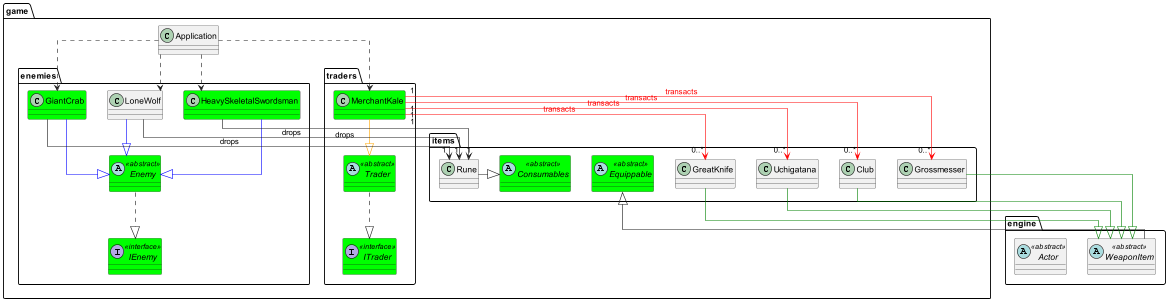
The PlantUML diagram docs/REQ2 UML Diagram.png in jenul-ferdinand/elden-ring-ascii, before a commit.
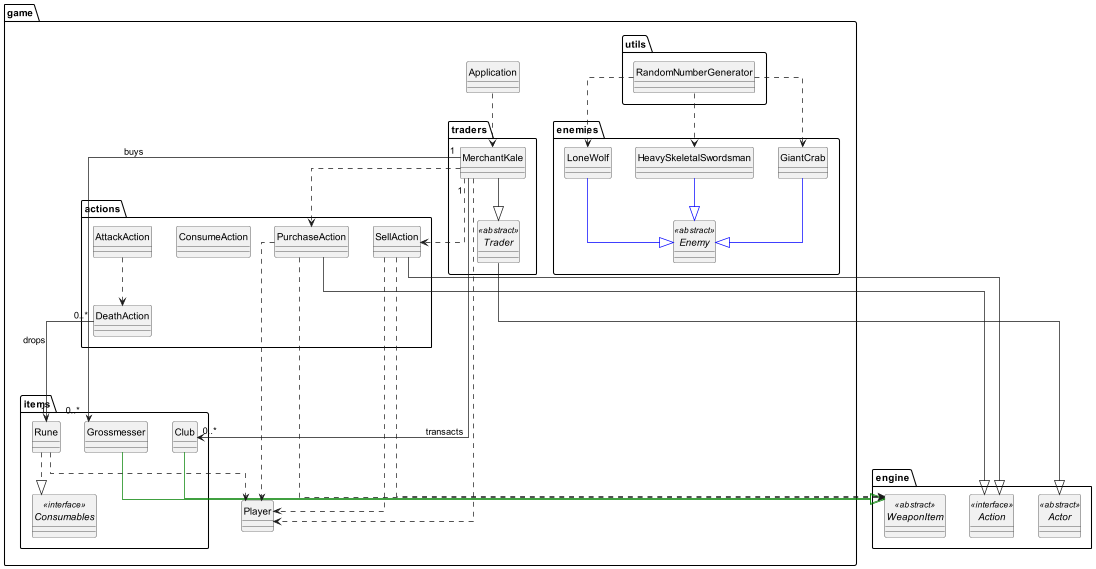
The same diagram one commit later.

Commit message:
Updated UML Diagram REQ2, and fixed bug

Change to the diagram source:
```diff
@@ -2,76 +2,115 @@
 
 skinparam linetype ortho
 set namespaceSeparator none
+hide circle
 
 package engine {
     abstract class Actor <<abstract>>
     abstract class WeaponItem <<abstract>>
+    interface Action <<interface>>
 }
 
 package game {
 
     package enemies {
-        abstract class Enemy <<abstract>> #lime
-        interface IEnemy <<interface>> #lime
-        class HeavySkeletalSwordsman #lime
+        abstract class Enemy <<abstract>>
+        class HeavySkeletalSwordsman
         class LoneWolf
-        class GiantCrab #lime
+        class GiantCrab
     }
 
     package traders {
-        abstract class Trader <<abstract>> #lime
-        interface ITrader <<interface>> #lime
-        class MerchantKale #lime
+        abstract class Trader <<abstract>>
+        class MerchantKale
+    }
+
+    package actions {
+        class PurchaseAction
+        class DeathAction
+        class AttackAction
+        class ConsumeAction
+        class PurchaseAction
+        class SellAction
     }
 
     package items {
-        abstract class Consumables <<abstract>> #lime
-        abstract class Equippable <<abstract>> #lime
+        interface Consumables <<interface>>
 
         class Rune
         class Grossmesser
         class Club
-        class Uchigatana
-        class GreatKnife
     }
+
+    package utils {
+        class RandomNumberGenerator
+    }
+
+    class Player
 
     class Application
 }
 
 
-    MerchantKale -[#orange]-|> Trader
+
+
+
+    MerchantKale --|> Trader
+
+    Trader --|> Actor
 
     HeavySkeletalSwordsman -[#blue]-|> Enemy
     LoneWolf -[#blue]-|> Enemy
     GiantCrab -[#blue]-|> Enemy
 
     Club -[#green]-|> WeaponItem
-    GreatKnife -[#green]-|> WeaponItem
-    Uchigatana -[#green]-|> WeaponItem
     Grossmesser -[#green]-|> WeaponItem
 
-    Rune -|> Consumables
+    PurchaseAction --|> Action
+    SellAction --|> Action
 
-    WeaponItem -|> Equippable
 
-    Trader ..|> ITrader
 
-    Enemy ..|> IEnemy
 
-    MerchantKale "1" -[#red]-> "0..*" GreatKnife : <color:red>transacts
-    MerchantKale "1" -[#red]-> "0..*" Uchigatana : <color:red>transacts
-    MerchantKale "1" -[#red]-> "0..*" Club : <color:red>transacts
-    MerchantKale "1" -[#red]-> "0..*" Grossmesser : <color:red>transacts
 
-    HeavySkeletalSwordsman --> "1" Rune : drops
-    LoneWolf --> "1" Rune : drops
-    GiantCrab --> "1" Rune : drops
+
+
+    Rune ..|> Consumables
+
+
+
+
+
+
+
+    MerchantKale "1" --> "0..*" Club : transacts
+    MerchantKale "1" --> "0..*" Grossmesser : buys
+
+    DeathAction "0..*" ---> "1" Rune : drops
+
+
+
+
 
     Application ..> MerchantKale
 
-    Application ..> HeavySkeletalSwordsman
-    Application ..> LoneWolf
-    Application ..> GiantCrab
+    AttackAction ..> DeathAction
+
+    RandomNumberGenerator ..> HeavySkeletalSwordsman
+    RandomNumberGenerator ..> GiantCrab
+    RandomNumberGenerator ..> LoneWolf
+
+    Rune ..> Player
+
+    MerchantKale ..> Player
+    MerchantKale ..> PurchaseAction
+    MerchantKale ..> SellAction
+
+    PurchaseAction ..> WeaponItem
+    SellAction ..> WeaponItem
+    SellAction ..> Player
+    PurchaseAction ..> Player
+
+
 }
 
 @enduml
```
